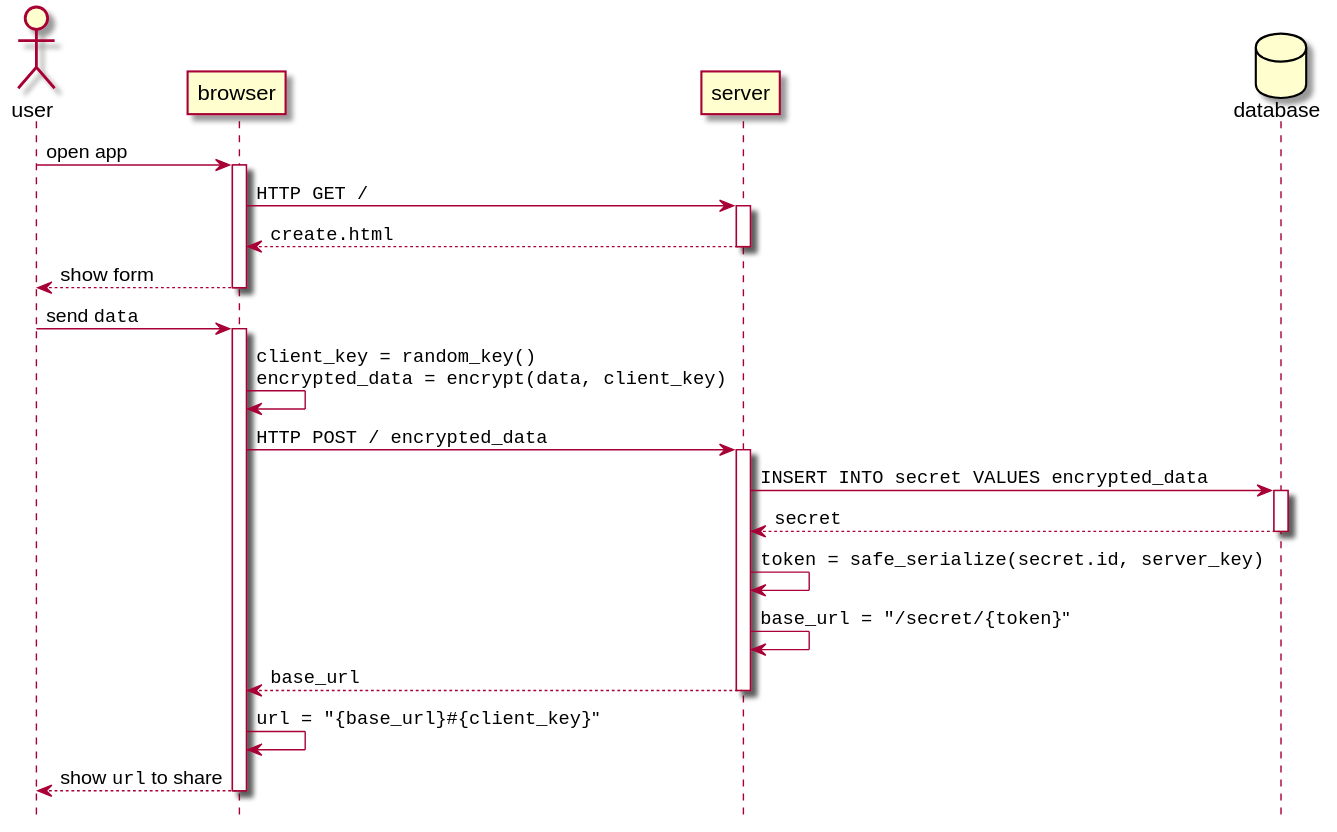
Earlier version of the PlantUML export docs/diagrams/create.svg (jorgebg/seenoevil). Source of this version:
```plantuml
@startuml
hide footbox

actor user
participant browser
participant server
database database

user -> browser ++    : open app
browser -> server ++  : ""HTTP GET /""
server --> browser -- : ""create.html""
browser --> user --   : show form

user -> browser ++     : send ""data""
browser -> browser     : ""client_key = random_key()""\n""encrypted_data = encrypt(data, client_key)""
browser -> server ++   : ""HTTP POST / encrypted_data""
server -> database ++  : ""INSERT INTO secret VALUES encrypted_data""
database --> server -- : ""secret""
server -> server       : ""token = safe_serialize(secret.id, server_key)""
server -> server       : ""base_url = "/secret/{token}"""
server --> browser --  : ""base_url""
browser -> browser     : ""url = "{base_url}#{client_key}"""
browser --> user --    : show ""url"" to share

@enduml
```
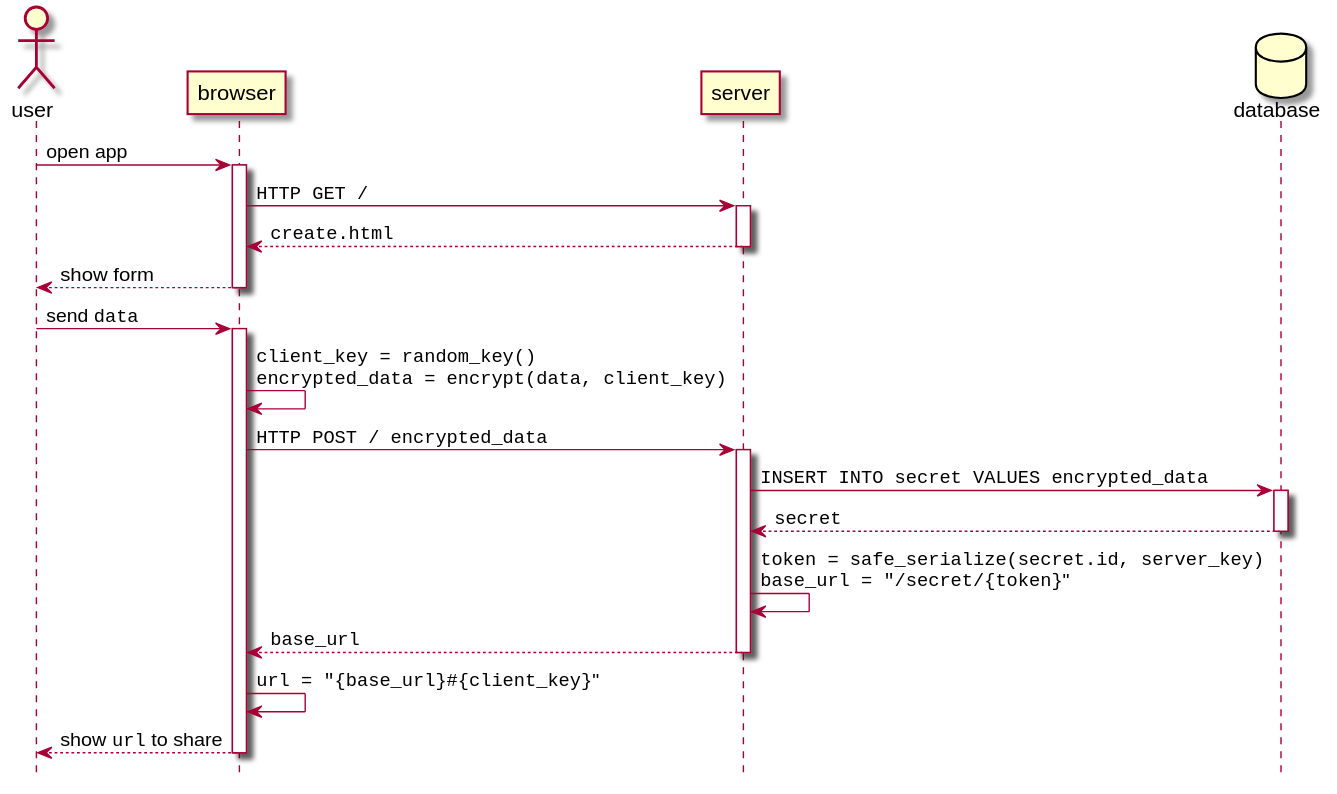
After the commit.

Change to the diagram source:
```diff
@@ -16,8 +16,7 @@
 browser -> server ++   : ""HTTP POST / encrypted_data""
 server -> database ++  : ""INSERT INTO secret VALUES encrypted_data""
 database --> server -- : ""secret""
-server -> server       : ""token = safe_serialize(secret.id, server_key)""
-server -> server       : ""base_url = "/secret/{token}"""
+server -> server       : ""token = safe_serialize(secret.id, server_key)""\n""base_url = "/secret/{token}"""
 server --> browser --  : ""base_url""
 browser -> browser     : ""url = "{base_url}#{client_key}"""
 browser --> user --    : show ""url"" to share
```
